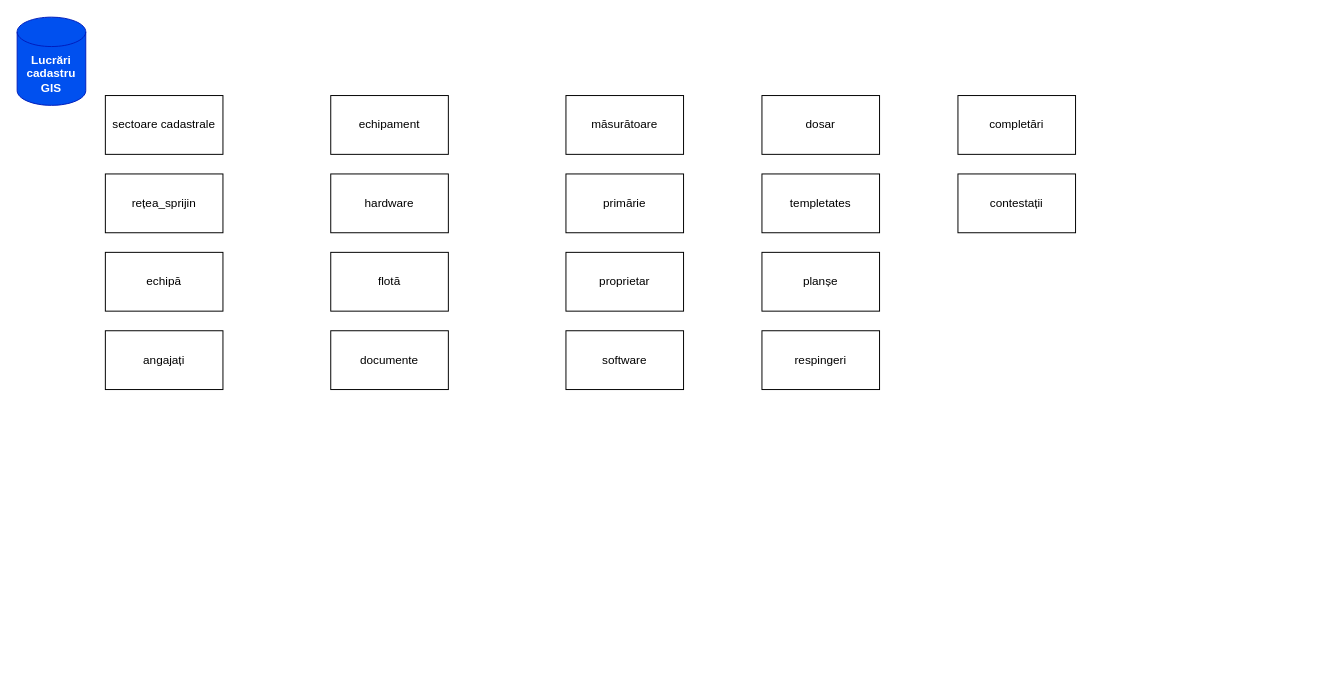
This is Model_abstract.drawio from Negura-Radu/Modelare_db, a draw.io file, before an edit. Source tidied: cells renumbered, new cells numbered last; positions are measured from the earlier drawing's top-left corner, leaving out a move shared by most shapes. Both pictures are drawn from the tidied source at 98%, with x=0, y=0 at pixel (17, 17).
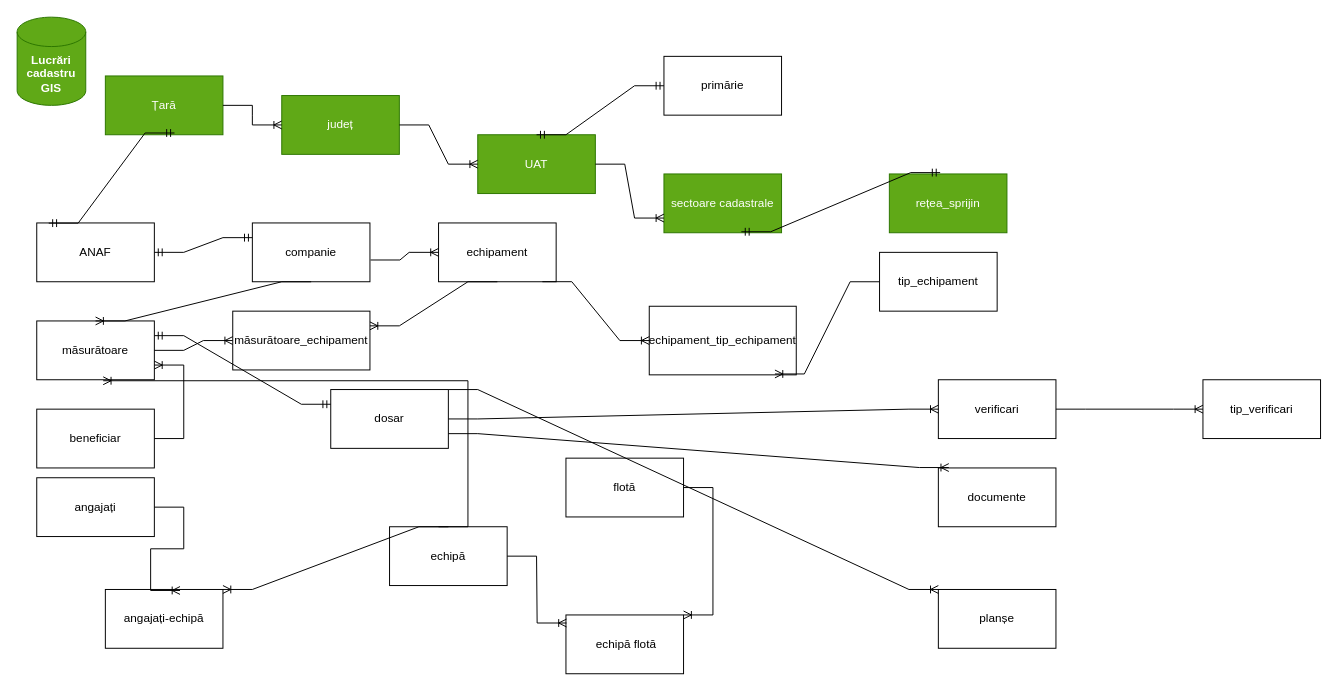
Above is the later version.

Change to the diagram source:
```diff
@@
-    <mxCell id="2" value="&lt;b&gt;Lucrări cadastru&lt;br&gt;GIS&lt;br&gt;&lt;/b&gt;" style="shape=cylinder3;whiteSpace=wrap;html=1;boundedLbl=1;backgroundOutline=1;size=15;fillColor=#0050ef;strokeColor=#001DBC;fontColor=#ffffff;" parent="1" vertex="1">
+    <mxCell id="2" value="&lt;b&gt;Lucrări cadastru&lt;br&gt;GIS&lt;br&gt;&lt;/b&gt;" style="shape=cylinder3;whiteSpace=wrap;html=1;boundedLbl=1;backgroundOutline=1;size=15;fillColor=#60a917;strokeColor=#2D7600;fontColor=#ffffff;" parent="1" vertex="1">
       <mxGeometry width="70" height="90" as="geometry" />
     </mxCell>
-    <mxCell id="3" value="sectoare cadastrale" style="rounded=0;whiteSpace=wrap;html=1;" parent="1" vertex="1">
-      <mxGeometry x="90" y="80" width="120" height="60" as="geometry" />
+    <mxCell id="3" value="sectoare cadastrale" style="rounded=0;whiteSpace=wrap;html=1;fontColor=#FFFFFF;labelBackgroundColor=none;labelBorderColor=none;fillColor=#60a917;strokeColor=#2D7600;" parent="1" vertex="1">
+      <mxGeometry x="660" y="160" width="120" height="60" as="geometry" />
     </mxCell>
-    <mxCell id="4" value="rețea_sprijin&lt;br&gt;" style="rounded=0;whiteSpace=wrap;html=1;" parent="1" vertex="1">
-      <mxGeometry x="90" y="160" width="120" height="60" as="geometry" />
+    <mxCell id="4" value="rețea_sprijin&lt;br&gt;" style="rounded=0;whiteSpace=wrap;html=1;fillColor=#60a917;fontColor=#ffffff;strokeColor=#2D7600;" parent="1" vertex="1">
+      <mxGeometry x="890" y="160" width="120" height="60" as="geometry" />
     </mxCell>
     <mxCell id="5" value="echipă" style="rounded=0;whiteSpace=wrap;html=1;" parent="1" vertex="1">
-      <mxGeometry x="90" y="240" width="120" height="60" as="geometry" />
+      <mxGeometry x="380" y="520" width="120" height="60" as="geometry" />
     </mxCell>
     <mxCell id="6" value="angajați" style="rounded=0;whiteSpace=wrap;html=1;" parent="1" vertex="1">
-      <mxGeometry x="90" y="320" width="120" height="60" as="geometry" />
+      <mxGeometry x="20" y="470" width="120" height="60" as="geometry" />
     </mxCell>
     <mxCell id="7" value="echipament" style="rounded=0;whiteSpace=wrap;html=1;" parent="1" vertex="1">
-      <mxGeometry x="320" y="80" width="120" height="60" as="geometry" />
+      <mxGeometry x="430" y="210" width="120" height="60" as="geometry" />
     </mxCell>
-    <mxCell id="8" value="hardware" style="rounded=0;whiteSpace=wrap;html=1;" parent="1" vertex="1">
-      <mxGeometry x="320" y="160" width="120" height="60" as="geometry" />
-    </mxCell>
     <mxCell id="9" value="flotă" style="rounded=0;whiteSpace=wrap;html=1;" parent="1" vertex="1">
-      <mxGeometry x="320" y="240" width="120" height="60" as="geometry" />
+      <mxGeometry x="560" y="450" width="120" height="60" as="geometry" />
     </mxCell>
     <mxCell id="10" value="documente" style="rounded=0;whiteSpace=wrap;html=1;" parent="1" vertex="1">
-      <mxGeometry x="320" y="320" width="120" height="60" as="geometry" />
+      <mxGeometry x="940" y="460" width="120" height="60" as="geometry" />
     </mxCell>
     <mxCell id="11" value="măsurătoare" style="rounded=0;whiteSpace=wrap;html=1;" parent="1" vertex="1">
-      <mxGeometry x="560" y="80" width="120" height="60" as="geometry" />
+      <mxGeometry x="20" y="310" width="120" height="60" as="geometry" />
     </mxCell>
     <mxCell id="12" value="primărie" style="rounded=0;whiteSpace=wrap;html=1;" parent="1" vertex="1">
-      <mxGeometry x="560" y="160" width="120" height="60" as="geometry" />
+      <mxGeometry x="660" y="40" width="120" height="60" as="geometry" />
     </mxCell>
-    <mxCell id="13" value="proprietar" style="rounded=0;whiteSpace=wrap;html=1;" parent="1" vertex="1">
-      <mxGeometry x="560" y="240" width="120" height="60" as="geometry" />
+    <mxCell id="13" value="beneficiar" style="rounded=0;whiteSpace=wrap;html=1;" parent="1" vertex="1">
+      <mxGeometry x="20" y="400" width="120" height="60" as="geometry" />
     </mxCell>
-    <mxCell id="14" value="software" style="rounded=0;whiteSpace=wrap;html=1;" parent="1" vertex="1">
-      <mxGeometry x="560" y="320" width="120" height="60" as="geometry" />
-    </mxCell>
     <mxCell id="15" value="dosar" style="rounded=0;whiteSpace=wrap;html=1;" parent="1" vertex="1">
-      <mxGeometry x="760" y="80" width="120" height="60" as="geometry" />
+      <mxGeometry x="320" y="380" width="120" height="60" as="geometry" />
     </mxCell>
-    <mxCell id="16" value="templetates" style="rounded=0;whiteSpace=wrap;html=1;" parent="1" vertex="1">
-      <mxGeometry x="760" y="160" width="120" height="60" as="geometry" />
-    </mxCell>
     <mxCell id="17" value="planșe" style="rounded=0;whiteSpace=wrap;html=1;" parent="1" vertex="1">
-      <mxGeometry x="760" y="240" width="120" height="60" as="geometry" />
+      <mxGeometry x="940" y="584" width="120" height="60" as="geometry" />
     </mxCell>
-    <mxCell id="18" value="respingeri" style="rounded=0;whiteSpace=wrap;html=1;" parent="1" vertex="1">
-      <mxGeometry x="760" y="320" width="120" height="60" as="geometry" />
-    </mxCell>
-    <mxCell id="19" value="completări" style="rounded=0;whiteSpace=wrap;html=1;" parent="1" vertex="1">
-      <mxGeometry x="960" y="80" width="120" height="60" as="geometry" />
-    </mxCell>
-    <mxCell id="20" value="contestații" style="rounded=0;whiteSpace=wrap;html=1;" parent="1" vertex="1">
-      <mxGeometry x="960" y="160" width="120" height="60" as="geometry" />
-    </mxCell>
+    <mxCell id="21" value="UAT" style="rounded=0;whiteSpace=wrap;html=1;fillColor=#60a917;fontColor=#ffffff;strokeColor=#2D7600;" parent="1" vertex="1">
+      <mxGeometry x="470" y="120" width="120" height="60" as="geometry" />
+    </mxCell>
+    <mxCell id="22" style="edgeStyle=entityRelationEdgeStyle;fontSize=12;html=1;endArrow=ERoneToMany;rounded=0;exitX=1;exitY=0.5;exitDx=0;exitDy=0;entryX=0;entryY=0.75;entryDx=0;entryDy=0;" parent="1" edge="1" source="21" target="3">
+      <mxGeometry relative="1" as="geometry" />
+    </mxCell>
+    <mxCell id="23" value="județ" style="rounded=0;whiteSpace=wrap;html=1;fillColor=#60a917;fontColor=#ffffff;strokeColor=#2D7600;" parent="1" vertex="1">
+      <mxGeometry x="270" y="80" width="120" height="60" as="geometry" />
+    </mxCell>
+    <mxCell id="24" style="edgeStyle=entityRelationEdgeStyle;fontSize=12;html=1;endArrow=ERoneToMany;rounded=0;exitX=1;exitY=0.5;exitDx=0;exitDy=0;entryX=0;entryY=0.5;entryDx=0;entryDy=0;" parent="1" edge="1" source="23" target="21">
+      <mxGeometry relative="1" as="geometry" />
+    </mxCell>
+    <mxCell id="25" value="Țară" style="rounded=0;whiteSpace=wrap;html=1;fillColor=#60a917;fontColor=#ffffff;strokeColor=#2D7600;" parent="1" vertex="1">
+      <mxGeometry x="90" y="60" width="120" height="60" as="geometry" />
+    </mxCell>
+    <mxCell id="26" style="edgeStyle=entityRelationEdgeStyle;fontSize=12;html=1;endArrow=ERoneToMany;rounded=0;exitX=1;exitY=0.5;exitDx=0;exitDy=0;entryX=0;entryY=0.5;entryDx=0;entryDy=0;" parent="1" edge="1" source="25" target="23">
+      <mxGeometry relative="1" as="geometry" />
+    </mxCell>
+    <mxCell id="27" value="companie" style="rounded=0;whiteSpace=wrap;html=1;" parent="1" vertex="1">
+      <mxGeometry x="240" y="210" width="120" height="60" as="geometry" />
+    </mxCell>
+    <mxCell id="28" value="ANAF" style="rounded=0;whiteSpace=wrap;html=1;" parent="1" vertex="1">
+      <mxGeometry x="20" y="210" width="120" height="60" as="geometry" />
+    </mxCell>
+    <mxCell id="29" style="edgeStyle=entityRelationEdgeStyle;fontSize=12;html=1;endArrow=ERmandOne;startArrow=ERmandOne;rounded=0;exitX=1;exitY=0.5;exitDx=0;exitDy=0;entryX=0;entryY=0.25;entryDx=0;entryDy=0;" parent="1" edge="1" source="28" target="27">
+      <mxGeometry relative="1" as="geometry" />
+    </mxCell>
+    <mxCell id="30" style="edgeStyle=entityRelationEdgeStyle;fontSize=12;html=1;endArrow=ERmandOne;startArrow=ERmandOne;rounded=0;entryX=0.588;entryY=0.97;entryDx=0;entryDy=0;entryPerimeter=0;exitX=0.102;exitY=0.003;exitDx=0;exitDy=0;exitPerimeter=0;" parent="1" edge="1" source="28" target="25">
+      <mxGeometry relative="1" as="geometry" />
+    </mxCell>
+    <mxCell id="31" style="edgeStyle=entityRelationEdgeStyle;fontSize=12;html=1;endArrow=ERoneToMany;rounded=0;exitX=1.005;exitY=0.63;exitDx=0;exitDy=0;exitPerimeter=0;entryX=0;entryY=0.5;entryDx=0;entryDy=0;" parent="1" edge="1" source="27" target="7">
+      <mxGeometry relative="1" as="geometry" />
+    </mxCell>
+    <mxCell id="32" style="edgeStyle=entityRelationEdgeStyle;fontSize=12;html=1;endArrow=ERoneToMany;rounded=0;entryX=0.5;entryY=0;entryDx=0;entryDy=0;exitX=0.5;exitY=1;exitDx=0;exitDy=0;" parent="1" edge="1" source="27" target="11">
+      <mxGeometry relative="1" as="geometry" />
+    </mxCell>
+    <mxCell id="33" value="măsurătoare_echipament" style="rounded=0;whiteSpace=wrap;html=1;" parent="1" vertex="1">
+      <mxGeometry x="220" y="300" width="140" height="60" as="geometry" />
+    </mxCell>
+    <mxCell id="34" style="edgeStyle=entityRelationEdgeStyle;fontSize=12;html=1;endArrow=ERoneToMany;rounded=0;exitX=1;exitY=0.5;exitDx=0;exitDy=0;entryX=0;entryY=0.5;entryDx=0;entryDy=0;" parent="1" edge="1" source="11" target="33">
+      <mxGeometry relative="1" as="geometry" />
+    </mxCell>
+    <mxCell id="35" style="edgeStyle=entityRelationEdgeStyle;fontSize=12;html=1;endArrow=ERoneToMany;rounded=0;exitX=0.5;exitY=1;exitDx=0;exitDy=0;entryX=1;entryY=0.25;entryDx=0;entryDy=0;" parent="1" edge="1" source="7" target="33">
+      <mxGeometry relative="1" as="geometry" />
+    </mxCell>
+    <mxCell id="36" value="angajați-echipă" style="rounded=0;whiteSpace=wrap;html=1;" parent="1" vertex="1">
+      <mxGeometry x="90" y="584" width="120" height="60" as="geometry" />
+    </mxCell>
+    <mxCell id="37" style="edgeStyle=entityRelationEdgeStyle;fontSize=12;html=1;endArrow=ERoneToMany;rounded=0;exitX=1;exitY=0.5;exitDx=0;exitDy=0;entryX=0.635;entryY=0.017;entryDx=0;entryDy=0;entryPerimeter=0;" parent="1" edge="1" source="6" target="36">
+      <mxGeometry relative="1" as="geometry" />
+    </mxCell>
+    <mxCell id="38" style="edgeStyle=entityRelationEdgeStyle;fontSize=12;html=1;endArrow=ERoneToMany;rounded=0;exitX=0.5;exitY=0;exitDx=0;exitDy=0;entryX=1;entryY=0;entryDx=0;entryDy=0;" parent="1" edge="1" source="5" target="36">
+      <mxGeometry relative="1" as="geometry" />
+    </mxCell>
+    <mxCell id="39" style="edgeStyle=entityRelationEdgeStyle;fontSize=12;html=1;endArrow=ERoneToMany;rounded=0;entryX=0.565;entryY=1.017;entryDx=0;entryDy=0;entryPerimeter=0;" parent="1" edge="1" target="11">
+      <mxGeometry relative="1" as="geometry">
+        <mxPoint x="430" y="520" as="sourcePoint" />
+        <Array as="points">
+          <mxPoint x="260" y="388.2" />
+        </Array>
+      </mxGeometry>
+    </mxCell>
+    <mxCell id="40" value="&amp;nbsp;echipă flotă" style="rounded=0;whiteSpace=wrap;html=1;" parent="1" vertex="1">
+      <mxGeometry x="560" y="610" width="120" height="60" as="geometry" />
+    </mxCell>
+    <mxCell id="41" style="edgeStyle=entityRelationEdgeStyle;fontSize=12;html=1;endArrow=ERoneToMany;rounded=0;exitX=1;exitY=0.5;exitDx=0;exitDy=0;entryX=0.005;entryY=0.137;entryDx=0;entryDy=0;entryPerimeter=0;" parent="1" edge="1" source="5" target="40">
+      <mxGeometry relative="1" as="geometry" />
+    </mxCell>
+    <mxCell id="42" style="edgeStyle=entityRelationEdgeStyle;fontSize=12;html=1;endArrow=ERoneToMany;rounded=0;entryX=1;entryY=0;entryDx=0;entryDy=0;exitX=1;exitY=0.5;exitDx=0;exitDy=0;" parent="1" edge="1" source="9" target="40">
+      <mxGeometry relative="1" as="geometry">
+        <Array as="points">
+          <mxPoint x="740" y="610" />
+        </Array>
+      </mxGeometry>
+    </mxCell>
+    <mxCell id="43" style="edgeStyle=entityRelationEdgeStyle;fontSize=12;html=1;endArrow=ERmandOne;startArrow=ERmandOne;rounded=0;entryX=0.658;entryY=0.983;entryDx=0;entryDy=0;entryPerimeter=0;exitX=0.432;exitY=-0.023;exitDx=0;exitDy=0;exitPerimeter=0;" parent="1" edge="1" source="4" target="3">
+      <mxGeometry relative="1" as="geometry" />
+    </mxCell>
+    <mxCell id="44" style="edgeStyle=entityRelationEdgeStyle;fontSize=12;html=1;endArrow=ERmandOne;startArrow=ERmandOne;rounded=0;entryX=0;entryY=0.5;entryDx=0;entryDy=0;exitX=0.5;exitY=0;exitDx=0;exitDy=0;" parent="1" edge="1" source="21" target="12">
+      <mxGeometry relative="1" as="geometry" />
+    </mxCell>
+    <mxCell id="45" style="edgeStyle=entityRelationEdgeStyle;fontSize=12;html=1;endArrow=ERoneToMany;rounded=0;exitX=1;exitY=0.5;exitDx=0;exitDy=0;entryX=1;entryY=0.75;entryDx=0;entryDy=0;" parent="1" edge="1" source="13" target="11">
+      <mxGeometry relative="1" as="geometry" />
+    </mxCell>
+    <mxCell id="46" value="tip_echipament&lt;br&gt;" style="rounded=0;whiteSpace=wrap;html=1;" parent="1" vertex="1">
+      <mxGeometry x="880" y="240" width="120" height="60" as="geometry" />
+    </mxCell>
+    <mxCell id="47" value="echipament_tip_echipament" style="rounded=0;whiteSpace=wrap;html=1;" parent="1" vertex="1">
+      <mxGeometry x="645" y="295" width="150" height="70" as="geometry" />
+    </mxCell>
+    <mxCell id="48" style="edgeStyle=entityRelationEdgeStyle;fontSize=12;html=1;endArrow=ERoneToMany;rounded=0;entryX=0;entryY=0.5;entryDx=0;entryDy=0;exitX=0.883;exitY=0.999;exitDx=0;exitDy=0;exitPerimeter=0;" parent="1" edge="1" source="7" target="47">
+      <mxGeometry relative="1" as="geometry" />
+    </mxCell>
+    <mxCell id="49" style="edgeStyle=entityRelationEdgeStyle;fontSize=12;html=1;endArrow=ERoneToMany;rounded=0;entryX=0.855;entryY=0.987;entryDx=0;entryDy=0;entryPerimeter=0;exitX=0;exitY=0.5;exitDx=0;exitDy=0;" parent="1" edge="1" source="46" target="47">
+      <mxGeometry relative="1" as="geometry" />
+    </mxCell>
+    <mxCell id="50" value="tip_verificari" style="rounded=0;whiteSpace=wrap;html=1;" parent="1" vertex="1">
+      <mxGeometry x="1210" y="370" width="120" height="60" as="geometry" />
+    </mxCell>
+    <mxCell id="51" value="verificari" style="rounded=0;whiteSpace=wrap;html=1;" parent="1" vertex="1">
+      <mxGeometry x="940" y="370" width="120" height="60" as="geometry" />
+    </mxCell>
+    <mxCell id="52" style="edgeStyle=entityRelationEdgeStyle;fontSize=12;html=1;endArrow=ERoneToMany;rounded=0;entryX=0;entryY=0.5;entryDx=0;entryDy=0;exitX=1;exitY=0.5;exitDx=0;exitDy=0;" parent="1" edge="1" source="51" target="50">
+      <mxGeometry relative="1" as="geometry" />
+    </mxCell>
+    <mxCell id="53" style="edgeStyle=entityRelationEdgeStyle;fontSize=12;html=1;endArrow=ERoneToMany;rounded=0;exitX=1;exitY=0.5;exitDx=0;exitDy=0;entryX=0;entryY=0.5;entryDx=0;entryDy=0;" parent="1" edge="1" source="15" target="51">
+      <mxGeometry relative="1" as="geometry">
+        <Array as="points">
+          <mxPoint x="520" y="340" />
+        </Array>
+      </mxGeometry>
+    </mxCell>
+    <mxCell id="54" style="edgeStyle=entityRelationEdgeStyle;fontSize=12;html=1;endArrow=ERmandOne;startArrow=ERmandOne;rounded=0;exitX=1;exitY=0.25;exitDx=0;exitDy=0;entryX=0;entryY=0.25;entryDx=0;entryDy=0;" parent="1" edge="1" source="11" target="15">
+      <mxGeometry relative="1" as="geometry" />
+    </mxCell>
+    <mxCell id="55" style="edgeStyle=entityRelationEdgeStyle;fontSize=12;html=1;endArrow=ERoneToMany;rounded=0;exitX=1;exitY=0.75;exitDx=0;exitDy=0;entryX=0.089;entryY=-0.007;entryDx=0;entryDy=0;entryPerimeter=0;" parent="1" edge="1" source="15" target="10">
+      <mxGeometry relative="1" as="geometry" />
+    </mxCell>
+    <mxCell id="56" style="edgeStyle=entityRelationEdgeStyle;fontSize=12;html=1;endArrow=ERoneToMany;rounded=0;exitX=1;exitY=0;exitDx=0;exitDy=0;entryX=0;entryY=0;entryDx=0;entryDy=0;" parent="1" edge="1" source="15" target="17">
+      <mxGeometry relative="1" as="geometry" />
+    </mxCell>
```
